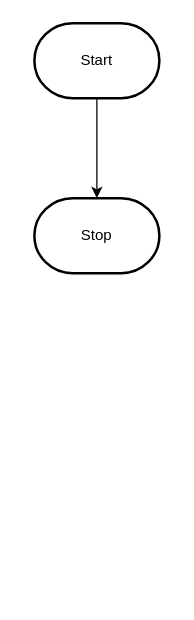
Above: design/flowchart.drawio in MTHS-ICD2O-1-2023/ICD2O-Assignment-06-manya-feng (draw.io), before the change. Source tidied: cells renumbered, new cells numbered last; positions are measured from the earlier drawing's top-left corner, leaving out a move shared by most shapes. Both pictures are drawn from the tidied source at 125%, with x=0, y=0 at pixel (34, 22).
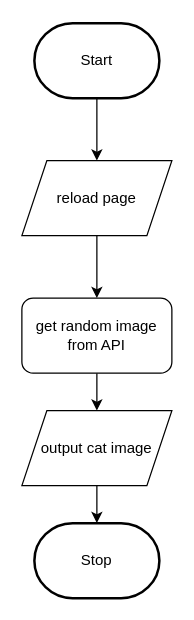
Above is the later version.

What changed in the source:
```diff
@@
 <mxGraphModel>
   <root>
     <mxCell id="0" />
     <mxCell id="1" parent="0" />
-    <mxCell id="2" style="edgeStyle=orthogonalEdgeStyle;html=1;rounded=0;" parent="1" edge="1" source="3" target="4">
-      <mxGeometry relative="1" as="geometry" />
-    </mxCell>
+    <mxCell id="5" style="edgeStyle=none;html=1;exitX=0.5;exitY=1;exitDx=0;exitDy=0;exitPerimeter=0;entryX=0.5;entryY=0;entryDx=0;entryDy=0;" parent="1" edge="1" source="3" target="2">
+      <mxGeometry relative="1" as="geometry" />
+    </mxCell>
     <mxCell id="3" value="Start" style="strokeWidth=2;html=1;shape=mxgraph.flowchart.terminator;whiteSpace=wrap;" parent="1" vertex="1">
       <mxGeometry width="100" height="60" as="geometry" />
     </mxCell>
     <mxCell id="4" value="Stop" style="strokeWidth=2;html=1;shape=mxgraph.flowchart.terminator;whiteSpace=wrap;" parent="1" vertex="1">
-      <mxGeometry y="140" width="100" height="60" as="geometry" />
+      <mxGeometry y="400" width="100" height="60" as="geometry" />
     </mxCell>
+    <mxCell id="6" style="edgeStyle=none;html=1;exitX=0.5;exitY=1;exitDx=0;exitDy=0;entryX=0.5;entryY=0;entryDx=0;entryDy=0;" parent="1" edge="1" source="2" target="8">
+      <mxGeometry relative="1" as="geometry" />
+    </mxCell>
+    <mxCell id="2" value="reload page" style="shape=parallelogram;perimeter=parallelogramPerimeter;whiteSpace=wrap;html=1;fixedSize=1;" parent="1" vertex="1">
+      <mxGeometry x="-10" y="110" width="120" height="60" as="geometry" />
+    </mxCell>
+    <mxCell id="7" style="edgeStyle=none;html=1;exitX=0.5;exitY=1;exitDx=0;exitDy=0;" parent="1" edge="1" source="8" target="10">
+      <mxGeometry relative="1" as="geometry" />
+    </mxCell>
+    <mxCell id="8" value="get random image from API" style="rounded=1;whiteSpace=wrap;html=1;" parent="1" vertex="1">
+      <mxGeometry x="-10" y="220" width="120" height="60" as="geometry" />
+    </mxCell>
+    <mxCell id="9" style="edgeStyle=none;html=1;exitX=0.5;exitY=1;exitDx=0;exitDy=0;" parent="1" edge="1" source="10" target="4">
+      <mxGeometry relative="1" as="geometry" />
+    </mxCell>
+    <mxCell id="10" value="output cat image" style="shape=parallelogram;perimeter=parallelogramPerimeter;whiteSpace=wrap;html=1;fixedSize=1;" parent="1" vertex="1">
+      <mxGeometry x="-10" y="310" width="120" height="60" as="geometry" />
+    </mxCell>
   </root>
 </mxGraphModel>
```
